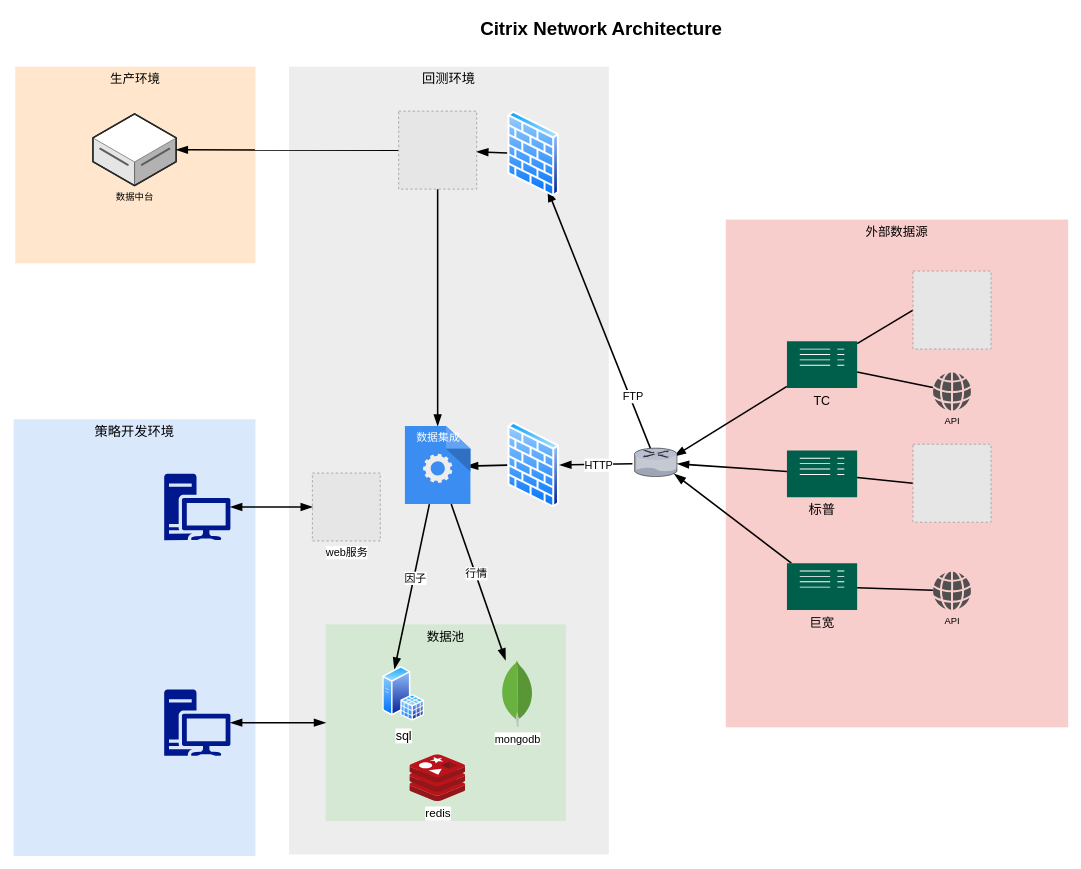
The draw.io diagram drawio/network.drawio in jayed008/notebook, before the edit. Source tidied: cells renumbered, new cells numbered last; positions are measured from the earlier drawing's top-left corner, leaving out a move shared by most shapes. Both pictures are drawn from the tidied source at 78%, with x=0, y=0 at pixel (13, 13). Pictures stored in the file or linked from it are replaced by grey dashed boxes.
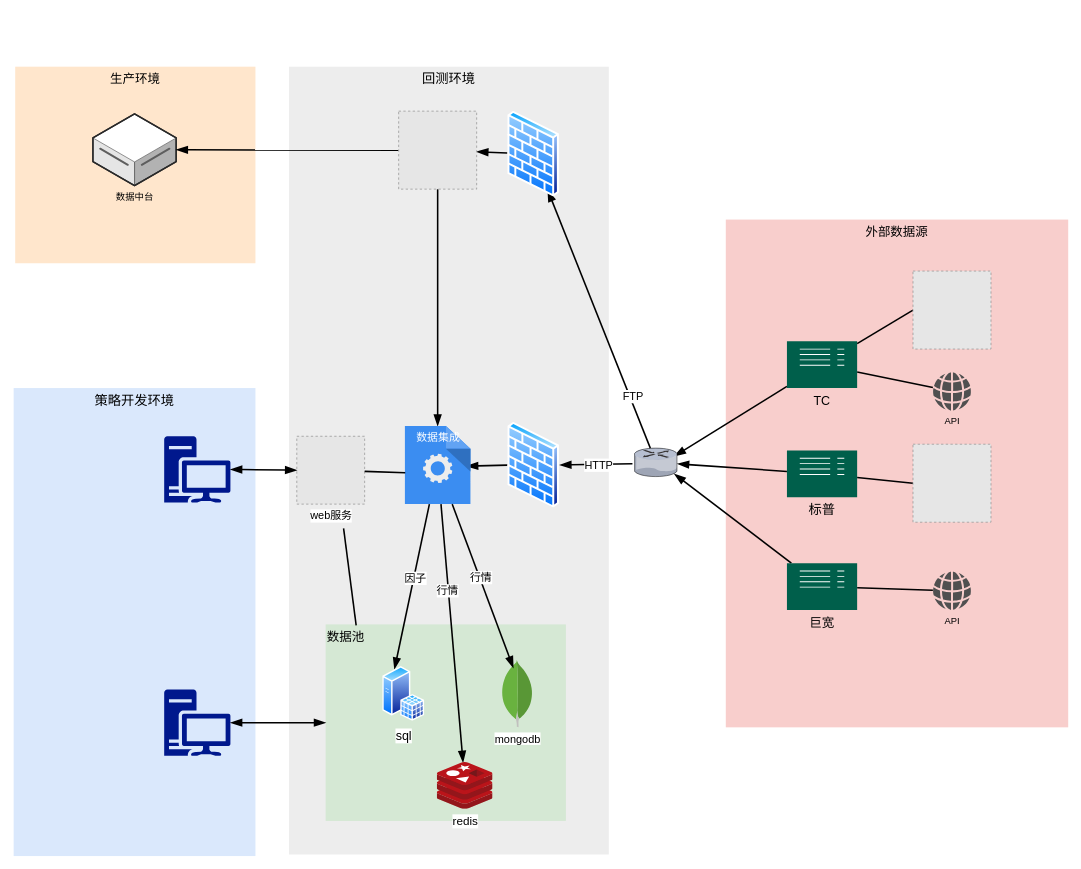
The same diagram, later.

Unchanged cells that the change refers to:
```xml
<mxCell id="33" value="&lt;span style=&quot;background-color: rgb(255 , 255 , 255)&quot;&gt;mongodb&lt;/span&gt;" style="dashed=0;outlineConnect=0;html=1;align=center;labelPosition=center;verticalLabelPosition=bottom;verticalAlign=top;shape=mxgraph.weblogos.mongodb;sketch=0;fillColor=#00994D;fontSize=14;" parent="1" vertex="1">
  <mxGeometry x="625" y="828.8" width="41.2" height="86.2" as="geometry" />
</mxCell>
<mxCell id="35" value="&lt;font color=&quot;#ffffff&quot;&gt;数据集成&lt;/font&gt;" style="html=1;strokeColor=none;shadow=0;align=center;verticalAlign=top;fillColor=#3B8DF1;shape=mxgraph.gcp2.process;sketch=0;fontSize=14;" parent="1" vertex="1">
  <mxGeometry x="501.6" y="528.8" width="84" height="100" as="geometry" />
</mxCell>
```

What changed in the source:
```diff
@@
     <mxCell id="4" value="&lt;font style=&quot;font-size: 17px&quot;&gt;策略开发环境&lt;/font&gt;" style="whiteSpace=wrap;html=1;fillColor=#dae8fc;fontSize=14;strokeColor=none;verticalAlign=top;" parent="1" vertex="1">
-      <mxGeometry y="520" width="310" height="560" as="geometry" />
+      <mxGeometry y="480" width="310" height="600" as="geometry" />
     </mxCell>
@@
-    <mxCell id="11" value="Citrix Network Architecture" style="text;strokeColor=none;fillColor=none;html=1;fontSize=24;fontStyle=1;verticalAlign=middle;align=center;" parent="1" vertex="1">
-      <mxGeometry x="322" width="861" height="40" as="geometry" />
-    </mxCell>
@@
-    <mxCell id="26" value="&lt;span style=&quot;font-size: 16px&quot;&gt;数据池&lt;/span&gt;" style="whiteSpace=wrap;html=1;fontSize=14;verticalAlign=top;fillColor=#d5e8d4;strokeColor=none;" parent="1" vertex="1">
+    <mxCell id="26" value="&lt;span style=&quot;font-size: 16px&quot;&gt;数据池&lt;/span&gt;" style="whiteSpace=wrap;html=1;fontSize=14;verticalAlign=top;fillColor=#d5e8d4;strokeColor=none;align=left;" parent="1" vertex="1">
       <mxGeometry x="400" y="783" width="308" height="252" as="geometry" />
     </mxCell>
-    <mxCell id="27" style="edgeStyle=none;rounded=0;html=1;startSize=10;endSize=10;jettySize=auto;fontSize=14;endArrow=none;endFill=0;strokeWidth=2;startArrow=blockThin;startFill=1;" parent="1" edge="1" source="33" target="35">
+    <mxCell id="27" style="edgeStyle=none;rounded=0;html=1;startSize=10;endSize=10;jettySize=auto;fontSize=14;endArrow=none;endFill=0;strokeWidth=2;startArrow=blockThin;startFill=1;" parent="1" edge="1" source="31" target="35">
       <mxGeometry relative="1" as="geometry" />
     </mxCell>
     <mxCell id="28" value="行情" style="edgeLabel;html=1;align=center;verticalAlign=middle;fontSize=14;" parent="27" vertex="1">
-      <mxGeometry x="0.11" y="-1" relative="1" as="geometry" />
+      <mxGeometry x="0.11" y="-1" relative="1" as="geometry">
+        <mxPoint x="-6" y="-37" as="offset" />
+      </mxGeometry>
     </mxCell>
@@
     <mxCell id="31" value="&lt;font style=&quot;font-size: 15px&quot;&gt;redis&lt;/font&gt;" style="html=1;points=[];align=center;image;fontSize=12;image=img/lib/mscae/Cache_Redis_Product.svg;fillColor=#66FF66;" parent="1" vertex="1">
-      <mxGeometry x="507.9" y="950" width="71.4" height="60" as="geometry" />
+      <mxGeometry x="543" y="960" width="71.4" height="60" as="geometry" />
     </mxCell>
@@
     <mxCell id="44" style="shadow=0;dashed=0;html=1;strokeColor=none;labelPosition=center;verticalLabelPosition=bottom;verticalAlign=top;align=center;fillColor=#00188D;shape=mxgraph.mscae.enterprise.workstation_client;sketch=0;fontSize=14;" parent="1" vertex="1">
-      <mxGeometry x="193" y="590" width="85" height="85" as="geometry" />
+      <mxGeometry x="193" y="541.8" width="85" height="85" as="geometry" />
     </mxCell>
@@
-    <mxCell id="46" value="web服务" style="fillColor=#E6E6E6;strokeColor=#999999;dashed=1;html=1;verticalAlign=top;verticalLabelPosition=bottom;labelBackgroundColor=#ffffff;fontSize=14;" parent="1" vertex="1">
-      <mxGeometry x="383" y="589" width="87" height="87" as="geometry" />
+    <mxCell id="46" value="web服务" style="fillColor=#E6E6E6;strokeColor=#999999;dashed=1;html=1;verticalAlign=top;verticalLabelPosition=bottom;labelBackgroundColor=#ffffff;fontSize=14;align=center;" parent="1" vertex="1">
+      <mxGeometry x="363" y="541.8" width="87" height="87" as="geometry" />
     </mxCell>
@@
+    <mxCell id="48" style="edgeStyle=none;rounded=0;html=1;startSize=10;endSize=10;jettySize=auto;fontSize=14;endArrow=none;endFill=0;strokeWidth=2;startArrow=blockThin;startFill=1;" parent="1" edge="1" target="35">
+      <mxGeometry relative="1" as="geometry">
+        <mxPoint x="640.6" y="838.8" as="sourcePoint" />
+      </mxGeometry>
+    </mxCell>
+    <mxCell id="49" value="行情" style="edgeLabel;html=1;align=center;verticalAlign=middle;fontSize=14;" parent="48" vertex="1">
+      <mxGeometry x="0.11" y="-1" relative="1" as="geometry" />
+    </mxCell>
+    <mxCell id="50" style="edgeStyle=none;rounded=0;html=1;startSize=10;endSize=10;jettySize=auto;fontSize=14;endArrow=none;endFill=0;strokeWidth=2;exitX=0.005;exitY=0.598;exitDx=0;exitDy=0;exitPerimeter=0;" parent="1" edge="1" source="35" target="46">
+      <mxGeometry relative="1" as="geometry" />
+    </mxCell>
+    <mxCell id="51" style="edgeStyle=none;rounded=0;html=1;startSize=10;endSize=10;jettySize=auto;fontSize=14;endArrow=none;endFill=0;strokeWidth=2;exitX=0.127;exitY=0.005;exitDx=0;exitDy=0;exitPerimeter=0;" parent="1" edge="1" source="26">
+      <mxGeometry relative="1" as="geometry">
+        <mxPoint x="423" y="660" as="targetPoint" />
+      </mxGeometry>
+    </mxCell>
```
